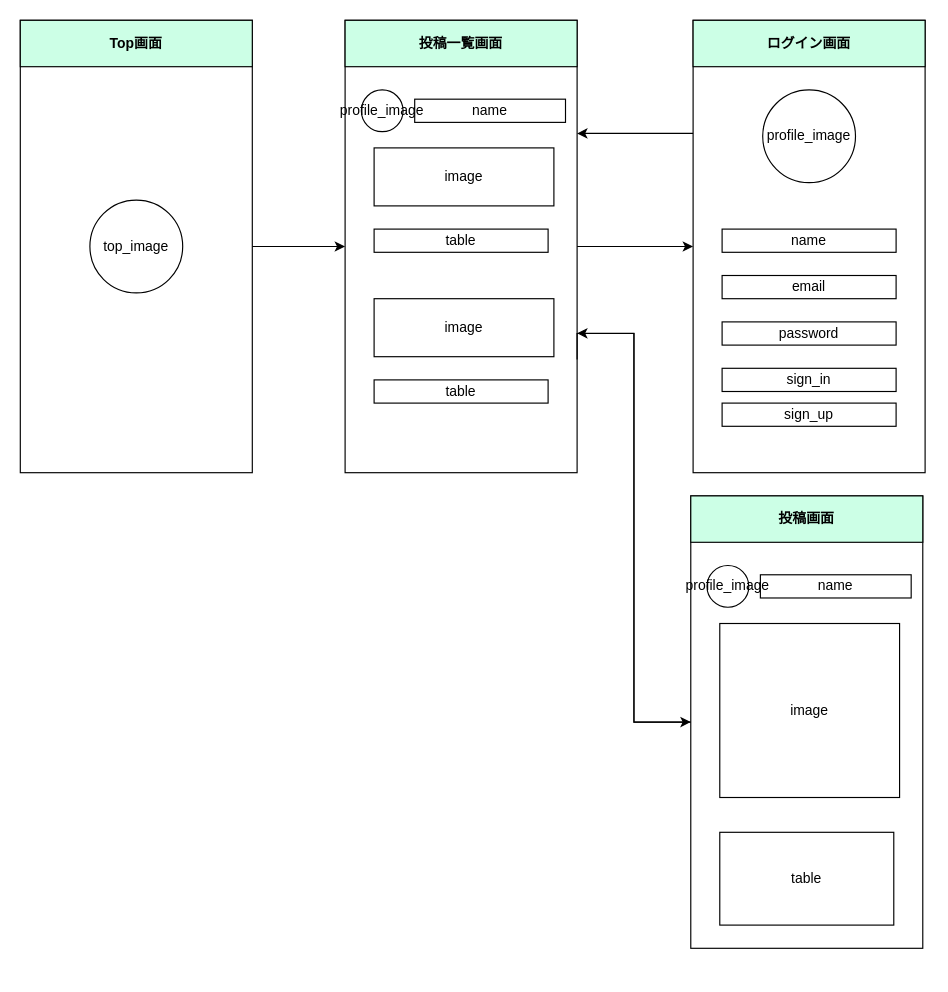
This is 画面遷移図.drawio from 3582/Swift_portfolio, a draw.io file, before an edit. Source tidied: cells renumbered, new cells numbered last; positions are measured from the earlier drawing's top-left corner, leaving out a move shared by most shapes. Both pictures are drawn from the tidied source at 116%, with x=0, y=0 at pixel (20, 20).
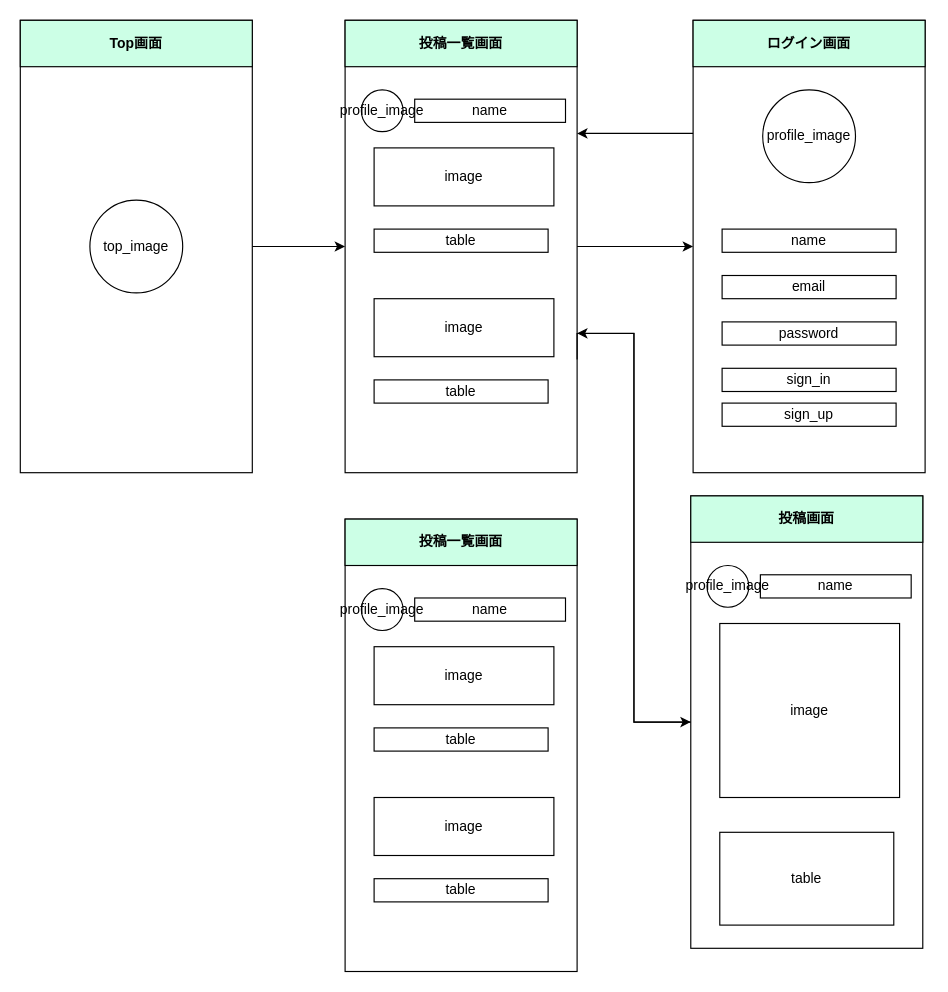
The same page after the edit.

Commit message:
画面遷移図.drawio を更新します

Diff of the diagram source:
```diff
@@
+    <mxCell id="37" style="group;" parent="1" vertex="1">
+      <mxGeometry x="280" y="430" width="204" height="390" as="geometry" />
+    </mxCell>
+    <mxCell id="38" style="rounded=0;whiteSpace=wrap;html=1;" parent="37" vertex="1">
+      <mxGeometry width="200" height="390" as="geometry" />
+    </mxCell>
+    <mxCell id="39" value="profile_image" style="ellipse;whiteSpace=wrap;html=1;" parent="37" vertex="1">
+      <mxGeometry x="14" y="60" width="36" height="36" as="geometry" />
+    </mxCell>
+    <mxCell id="40" value="table" style="text;html=1;fillColor=none;align=center;verticalAlign=middle;whiteSpace=wrap;rounded=0;strokeColor=#000000;" parent="37" vertex="1">
+      <mxGeometry x="25" y="180" width="150" height="20" as="geometry" />
+    </mxCell>
+    <mxCell id="41" value="image" style="text;html=1;fillColor=none;align=center;verticalAlign=middle;whiteSpace=wrap;rounded=0;strokeColor=#000000;" parent="37" vertex="1">
+      <mxGeometry x="25" y="110" width="155" height="50" as="geometry" />
+    </mxCell>
+    <mxCell id="42" value="table" style="text;html=1;fillColor=none;align=center;verticalAlign=middle;whiteSpace=wrap;rounded=0;strokeColor=#000000;" parent="37" vertex="1">
+      <mxGeometry x="25" y="310" width="150" height="20" as="geometry" />
+    </mxCell>
+    <mxCell id="43" value="image" style="text;html=1;fillColor=none;align=center;verticalAlign=middle;whiteSpace=wrap;rounded=0;strokeColor=#000000;" parent="37" vertex="1">
+      <mxGeometry x="25" y="240" width="155" height="50" as="geometry" />
+    </mxCell>
+    <mxCell id="44" value="name" style="text;html=1;fillColor=none;align=center;verticalAlign=middle;whiteSpace=wrap;rounded=0;strokeColor=#000000;" parent="37" vertex="1">
+      <mxGeometry x="60" y="68" width="130" height="20" as="geometry" />
+    </mxCell>
+    <mxCell id="45" value="&lt;b&gt;投稿一覧画面&lt;/b&gt;" style="rounded=0;whiteSpace=wrap;html=1;labelBackgroundColor=none;fillColor=#CCFFE6;" parent="37" vertex="1">
+      <mxGeometry width="200" height="40" as="geometry" />
+    </mxCell>
```
